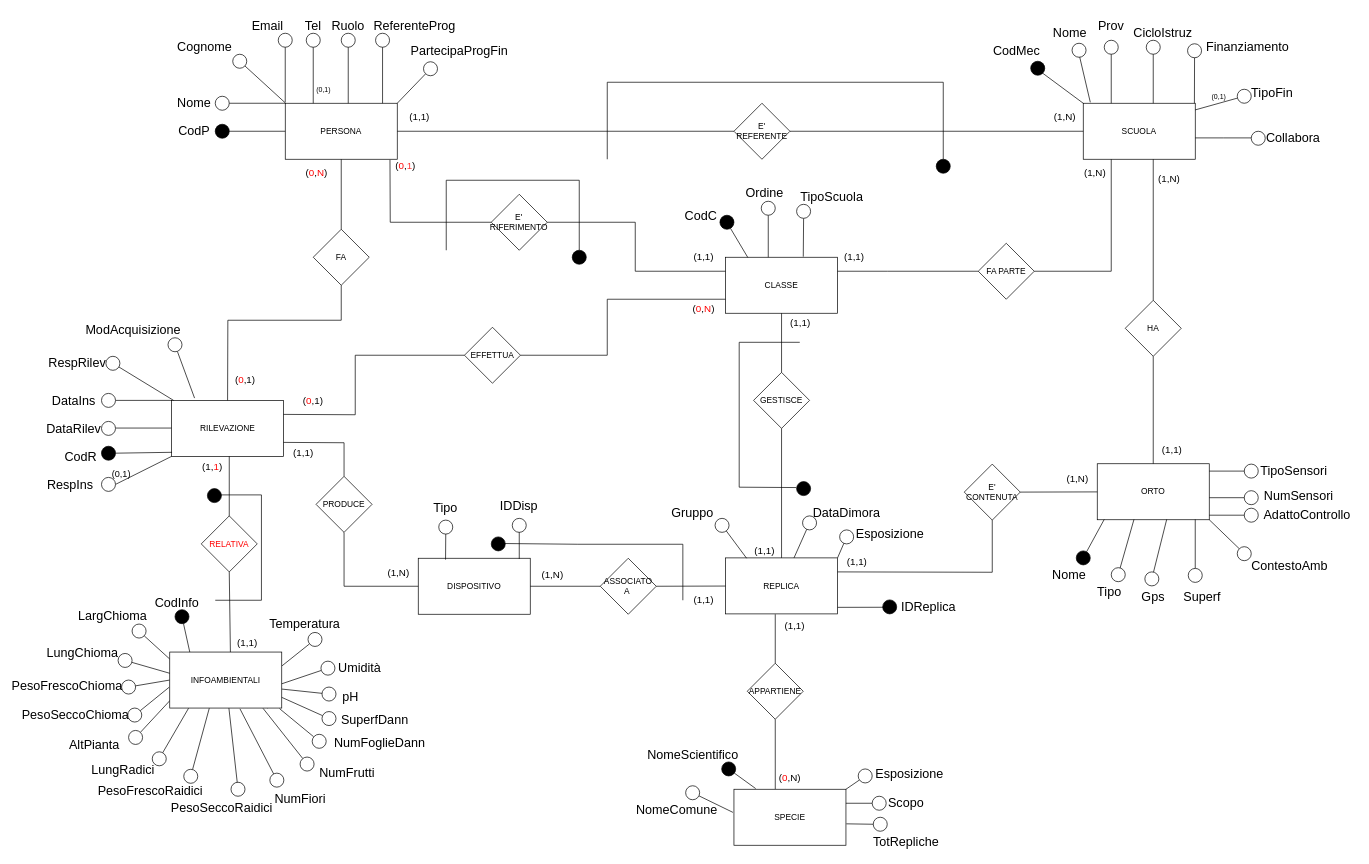
The draw.io diagram BD_ER_Restructured.drawio in pizzo-kyle/unige, before the edit. Source tidied: cells renumbered, new cells numbered last; positions are measured from the earlier drawing's top-left corner, leaving out a move shared by most shapes. Both pictures are drawn from the tidied source at 70%, with x=0, y=0 at pixel (38, 12).
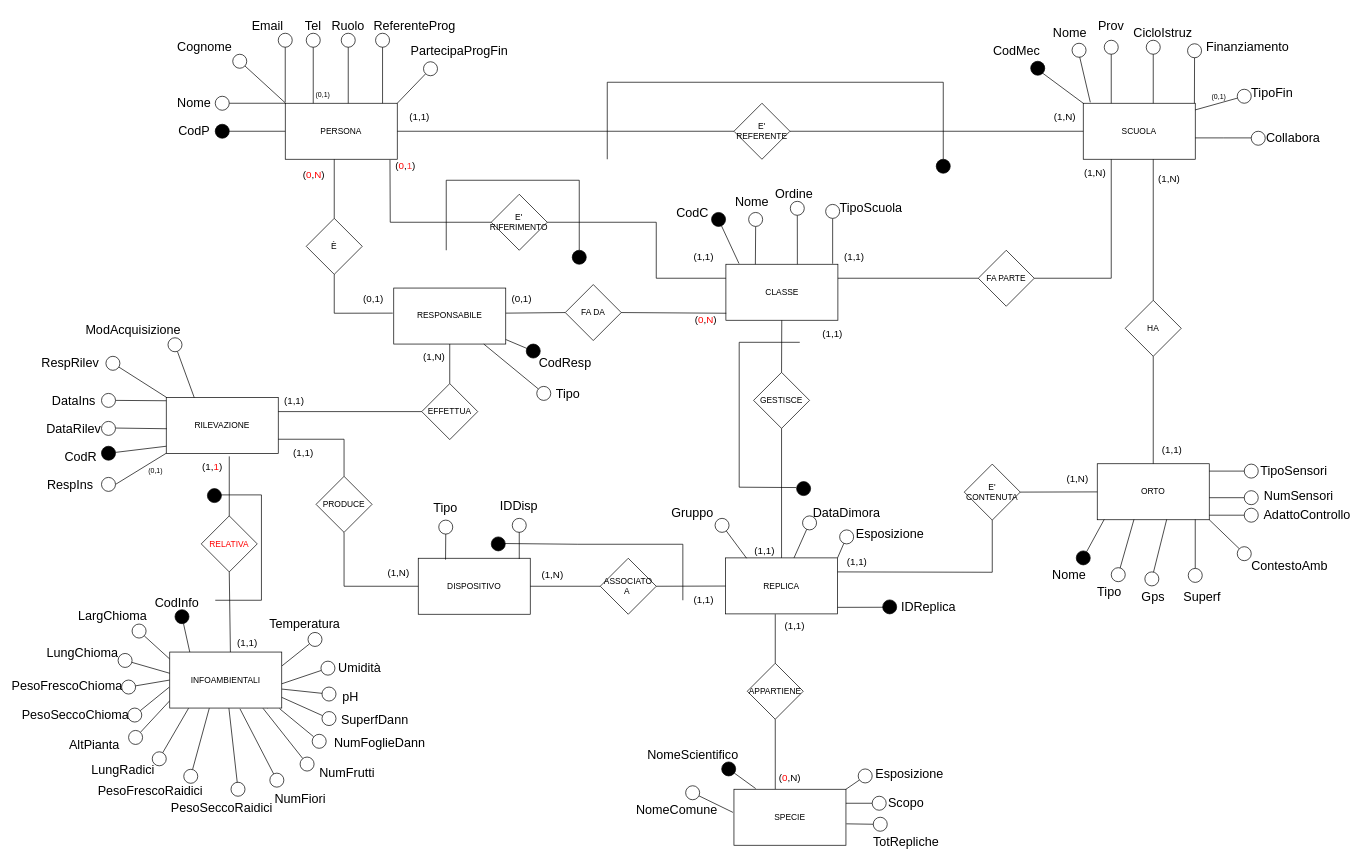
Above is the later version.

Unchanged cells that the change refers to:
```xml
<mxCell id="2" value="SCUOLA" style="rounded=0;whiteSpace=wrap;html=1;" parent="1" vertex="1">
  <mxGeometry x="1492" y="130" width="160" height="80" as="geometry" />
</mxCell>
<mxCell id="3" value="PERSONA" style="rounded=0;whiteSpace=wrap;html=1;" parent="1" vertex="1">
  <mxGeometry x="352" y="130" width="160" height="80" as="geometry" />
</mxCell>
<mxCell id="55" style="ellipse;whiteSpace=wrap;html=1;fillColor=#000000;direction=south;" parent="1" vertex="1">
  <mxGeometry x="89.5" y="620" width="20" height="20" as="geometry" />
</mxCell>
<mxCell id="64" style="ellipse;whiteSpace=wrap;html=1;fillColor=#FFFFFF;direction=south;gradientColor=none;" parent="1" vertex="1">
  <mxGeometry x="95.8" y="491.5" width="20" height="20" as="geometry" />
</mxCell>
<mxCell id="160" value="E' RIFERIMENTO" style="rhombus;whiteSpace=wrap;html=1;" parent="1" vertex="1">
  <mxGeometry x="646.3" y="260" width="80" height="80" as="geometry" />
</mxCell>
<mxCell id="211" value="PRODUCE" style="rhombus;whiteSpace=wrap;html=1;" parent="1" vertex="1">
  <mxGeometry x="396" y="663" width="80" height="80" as="geometry" />
</mxCell>
<mxCell id="226" style="ellipse;whiteSpace=wrap;html=1;fillColor=#FFFFFF;direction=south;gradientColor=none;" parent="1" vertex="1">
  <mxGeometry x="184.5" y="465" width="20" height="20" as="geometry" />
</mxCell>
```

What changed in the source:
```diff
@@
     <mxCell id="5" value="CLASSE" style="rounded=0;whiteSpace=wrap;html=1;" parent="1" vertex="1">
-      <mxGeometry x="981" y="350" width="160" height="80" as="geometry" />
+      <mxGeometry x="981.5" y="360" width="160" height="80" as="geometry" />
     </mxCell>
@@
     <mxCell id="10" value="RILEVAZIONE" style="rounded=0;whiteSpace=wrap;html=1;" parent="1" vertex="1">
-      <mxGeometry x="189.5" y="554.5" width="160" height="80" as="geometry" />
+      <mxGeometry x="182" y="550.5" width="160" height="80" as="geometry" />
     </mxCell>
@@
     <mxCell id="47" value="&lt;font style=&quot;font-size: 18px;&quot;&gt;CodC&lt;/font&gt;" style="text;html=1;strokeColor=none;fillColor=none;align=center;verticalAlign=middle;whiteSpace=wrap;rounded=0;" parent="1" vertex="1">
-      <mxGeometry x="915.5" y="278.5" width="60" height="24" as="geometry" />
+      <mxGeometry x="903.5" y="274.5" width="60" height="24" as="geometry" />
     </mxCell>
-    <mxCell id="48" style="endArrow=none;html=1;rounded=0;" parent="1" edge="1">
+    <mxCell id="48" style="endArrow=none;html=1;rounded=0;exitX=0.379;exitY=-0.001;exitDx=0;exitDy=0;exitPerimeter=0;" parent="1" edge="1">
       <mxGeometry relative="1" as="geometry">
-        <mxPoint x="1042" y="350" as="sourcePoint" />
-        <mxPoint x="1042" y="290" as="targetPoint" />
+        <mxPoint x="1083.6" y="360" as="sourcePoint" />
+        <mxPoint x="1083.5" y="290.1" as="targetPoint" />
       </mxGeometry>
     </mxCell>
     <mxCell id="49" value="&lt;font style=&quot;font-size: 18px;&quot;&gt;Ordine&lt;/font&gt;" style="text;html=1;strokeColor=none;fillColor=none;align=center;verticalAlign=middle;whiteSpace=wrap;rounded=0;" parent="1" vertex="1">
-      <mxGeometry x="1007" y="244.4" width="60" height="30" as="geometry" />
+      <mxGeometry x="1048.5" y="244.5" width="60" height="30" as="geometry" />
     </mxCell>
-    <mxCell id="50" style="endArrow=none;html=1;rounded=0;exitX=0.694;exitY=-0.01;exitDx=0;exitDy=0;exitPerimeter=0;" parent="1" edge="1" source="5" target="152">
-      <mxGeometry relative="1" as="geometry" />
+    <mxCell id="50" style="endArrow=none;html=1;rounded=0;exitX=0.694;exitY=-0.01;exitDx=0;exitDy=0;exitPerimeter=0;" parent="1" edge="1" target="152">
+      <mxGeometry relative="1" as="geometry">
+        <mxPoint x="1134" y="359.3" as="sourcePoint" />
+      </mxGeometry>
     </mxCell>
     <mxCell id="51" value="&lt;font style=&quot;font-size: 18px;&quot;&gt;TipoScuola&lt;/font&gt;" style="text;html=1;strokeColor=none;fillColor=none;align=center;verticalAlign=middle;whiteSpace=wrap;rounded=0;" parent="1" vertex="1">
-      <mxGeometry x="1102.5" y="249.4" width="60" height="30" as="geometry" />
+      <mxGeometry x="1159" y="265.1" width="60" height="30" as="geometry" />
     </mxCell>
-    <mxCell id="52" style="endArrow=none;html=1;rounded=0;exitX=0.199;exitY=0.005;exitDx=0;exitDy=0;exitPerimeter=0;" parent="1" edge="1" source="5" target="53">
+    <mxCell id="52" style="endArrow=none;html=1;rounded=0;exitX=0.117;exitY=-0.012;exitDx=0;exitDy=0;exitPerimeter=0;" parent="1" edge="1" source="5" target="53">
       <mxGeometry relative="1" as="geometry" />
     </mxCell>
     <mxCell id="53" style="ellipse;whiteSpace=wrap;html=1;fillColor=#000000;" parent="1" vertex="1">
-      <mxGeometry x="973" y="290" width="20" height="20" as="geometry" />
+      <mxGeometry x="961" y="286" width="20" height="20" as="geometry" />
     </mxCell>
-    <mxCell id="54" style="endArrow=none;html=1;rounded=0;entryX=0.005;entryY=0.927;entryDx=0;entryDy=0;entryPerimeter=0;" parent="1" edge="1" source="55" target="10">
-      <mxGeometry relative="1" as="geometry" />
+    <mxCell id="54" style="endArrow=none;html=1;rounded=0;" parent="1" edge="1" source="55">
+      <mxGeometry relative="1" as="geometry">
+        <mxPoint x="182" y="620" as="targetPoint" />
+      </mxGeometry>
     </mxCell>
@@
-    <mxCell id="57" style="endArrow=none;html=1;rounded=0;exitX=0.5;exitY=0;exitDx=0;exitDy=0;" parent="1" edge="1">
+    <mxCell id="57" style="endArrow=none;html=1;rounded=0;exitX=0.5;exitY=0;exitDx=0;exitDy=0;entryX=0.005;entryY=0.556;entryDx=0;entryDy=0;entryPerimeter=0;" parent="1" edge="1" target="10">
       <mxGeometry relative="1" as="geometry">
         <mxPoint x="109.5" y="594" as="sourcePoint" />
-        <mxPoint x="189.5" y="594" as="targetPoint" />
       </mxGeometry>
     </mxCell>
@@
     <mxCell id="60" style="endArrow=none;html=1;rounded=0;exitX=0.5;exitY=0;exitDx=0;exitDy=0;" parent="1" edge="1">
       <mxGeometry relative="1" as="geometry">
         <mxPoint x="109.5" y="554.5" as="sourcePoint" />
-        <mxPoint x="189.5" y="554.5" as="targetPoint" />
+        <mxPoint x="182" y="555" as="targetPoint" />
       </mxGeometry>
     </mxCell>
@@
     <mxCell id="63" style="endArrow=none;html=1;rounded=0;" parent="1" edge="1" source="64">
       <mxGeometry relative="1" as="geometry">
-        <mxPoint x="192.5" y="554.5" as="targetPoint" />
+        <mxPoint x="182" y="550" as="targetPoint" />
       </mxGeometry>
     </mxCell>
@@
     <mxCell id="65" value="&lt;span style=&quot;font-size: 18px;&quot;&gt;RespRilev&lt;/span&gt;" style="text;html=1;strokeColor=none;fillColor=none;align=center;verticalAlign=middle;whiteSpace=wrap;rounded=0;" parent="1" vertex="1">
-      <mxGeometry x="9.5" y="481.5" width="90" height="40" as="geometry" />
+      <mxGeometry x="-0.5" y="481.5" width="90" height="40" as="geometry" />
     </mxCell>
     <mxCell id="66" style="endArrow=none;html=1;rounded=0;" parent="1" edge="1">
       <mxGeometry relative="1" as="geometry">
         <mxPoint x="109.5" y="674.5" as="sourcePoint" />
-        <mxPoint x="189.5" y="634.5" as="targetPoint" />
+        <mxPoint x="182" y="630" as="targetPoint" />
       </mxGeometry>
     </mxCell>
@@
     <mxCell id="151" style="ellipse;whiteSpace=wrap;html=1;fillColor=#FFFFFF;direction=south;gradientColor=none;" parent="1" vertex="1">
-      <mxGeometry x="1032" y="270" width="20" height="20" as="geometry" />
+      <mxGeometry x="1073.5" y="270.1" width="20" height="20" as="geometry" />
     </mxCell>
     <mxCell id="152" style="ellipse;whiteSpace=wrap;html=1;fillColor=#FFFFFF;direction=south;gradientColor=none;" parent="1" vertex="1">
-      <mxGeometry x="1082.5" y="274.4" width="20" height="20" as="geometry" />
+      <mxGeometry x="1124" y="274.5" width="20" height="20" as="geometry" />
     </mxCell>
@@
     <mxCell id="157" value="FA PARTE" style="rhombus;whiteSpace=wrap;html=1;" parent="1" vertex="1">
-      <mxGeometry x="1342" y="330" width="80" height="80" as="geometry" />
+      <mxGeometry x="1342" y="340" width="80" height="80" as="geometry" />
     </mxCell>
     <mxCell id="158" style="endArrow=none;html=1;rounded=0;entryX=1;entryY=0.5;entryDx=0;entryDy=0;exitX=0.25;exitY=1;exitDx=0;exitDy=0;" parent="1" edge="1" source="2" target="157">
       <mxGeometry relative="1" as="geometry">
         <Array as="points">
-          <mxPoint x="1532" y="370" />
+          <mxPoint x="1532" y="380" />
         </Array>
       </mxGeometry>
     </mxCell>
-    <mxCell id="159" style="endArrow=none;html=1;rounded=0;exitX=1;exitY=0.25;exitDx=0;exitDy=0;entryX=0;entryY=0.5;entryDx=0;entryDy=0;" parent="1" edge="1" source="5" target="157">
-      <mxGeometry relative="1" as="geometry">
-        <Array as="points">
-          <mxPoint x="1212" y="370" />
-        </Array>
-      </mxGeometry>
-    </mxCell>
@@
     <mxCell id="161" style="endArrow=none;html=1;rounded=0;exitX=0;exitY=0.25;exitDx=0;exitDy=0;entryX=1;entryY=0.5;entryDx=0;entryDy=0;" parent="1" edge="1" source="5" target="160">
       <mxGeometry relative="1" as="geometry">
         <Array as="points">
-          <mxPoint x="852" y="370" />
-          <mxPoint x="852" y="300" />
+          <mxPoint x="882" y="380" />
+          <mxPoint x="882" y="300" />
         </Array>
       </mxGeometry>
     </mxCell>
@@
     <mxCell id="187" value="&lt;font style=&quot;font-size: 14px;&quot;&gt;(1,1)&lt;/font&gt;" style="text;html=1;strokeColor=none;fillColor=none;align=center;verticalAlign=middle;whiteSpace=wrap;rounded=0;" parent="1" vertex="1">
-      <mxGeometry x="1065" y="434" width="46" height="20" as="geometry" />
+      <mxGeometry x="1111" y="449" width="46" height="20" as="geometry" />
     </mxCell>
@@
-    <mxCell id="212" style="endArrow=none;html=1;rounded=0;entryX=1;entryY=0.75;entryDx=0;entryDy=0;exitX=0.5;exitY=0;exitDx=0;exitDy=0;" parent="1" edge="1" source="211" target="10">
+    <mxCell id="212" style="endArrow=none;html=1;rounded=0;exitX=0.5;exitY=0;exitDx=0;exitDy=0;" parent="1" edge="1" source="211">
       <mxGeometry relative="1" as="geometry">
+        <mxPoint x="342" y="610" as="targetPoint" />
         <Array as="points">
-          <mxPoint x="436" y="615" />
+          <mxPoint x="436" y="610" />
         </Array>
       </mxGeometry>
     </mxCell>
@@
-    <mxCell id="214" value="FA" style="rhombus;whiteSpace=wrap;html=1;" parent="1" vertex="1">
-      <mxGeometry x="392" y="310" width="80" height="80" as="geometry" />
+    <mxCell id="214" value="È" style="rhombus;whiteSpace=wrap;html=1;" parent="1" vertex="1">
+      <mxGeometry x="382" y="294.4" width="80" height="80" as="geometry" />
     </mxCell>
-    <mxCell id="215" style="endArrow=none;html=1;rounded=0;exitX=0.5;exitY=0;exitDx=0;exitDy=0;" parent="1" edge="1" source="214" target="3">
-      <mxGeometry relative="1" as="geometry" />
+    <mxCell id="215" style="endArrow=none;html=1;rounded=0;exitX=0.5;exitY=0;exitDx=0;exitDy=0;" parent="1" edge="1" source="214">
+      <mxGeometry relative="1" as="geometry">
+        <mxPoint x="422" y="210" as="targetPoint" />
+      </mxGeometry>
     </mxCell>
-    <mxCell id="216" style="endArrow=none;html=1;rounded=0;exitX=0.5;exitY=1;exitDx=0;exitDy=0;" parent="1" edge="1" source="214" target="10">
-      <mxGeometry relative="1" as="geometry">
-        <Array as="points">
-          <mxPoint x="432" y="440" />
-          <mxPoint x="270" y="440" />
-        </Array>
-      </mxGeometry>
-    </mxCell>
-    <mxCell id="217" value="&lt;font style=&quot;font-size: 14px;&quot;&gt;(&lt;font color=&quot;#ff0000&quot;&gt;0&lt;/font&gt;,1)&lt;/font&gt;" style="text;html=1;strokeColor=none;fillColor=none;align=center;verticalAlign=middle;whiteSpace=wrap;rounded=0;" parent="1" vertex="1">
-      <mxGeometry x="272" y="515" width="46" height="20" as="geometry" />
-    </mxCell>
     <mxCell id="218" value="EFFETTUA" style="rhombus;whiteSpace=wrap;html=1;" parent="1" vertex="1">
-      <mxGeometry x="608" y="450" width="80" height="80" as="geometry" />
+      <mxGeometry x="547" y="530.5" width="80" height="80" as="geometry" />
     </mxCell>
-    <mxCell id="219" style="endArrow=none;html=1;rounded=0;entryX=0;entryY=0.75;entryDx=0;entryDy=0;exitX=1;exitY=0.5;exitDx=0;exitDy=0;" parent="1" edge="1" source="218" target="5">
-      <mxGeometry relative="1" as="geometry">
-        <Array as="points">
-          <mxPoint x="812" y="490" />
-          <mxPoint x="812" y="410" />
-        </Array>
-      </mxGeometry>
-    </mxCell>
-    <mxCell id="220" style="endArrow=none;html=1;rounded=0;exitX=0;exitY=0.5;exitDx=0;exitDy=0;entryX=1;entryY=0.25;entryDx=0;entryDy=0;" parent="1" edge="1" source="218" target="10">
-      <mxGeometry relative="1" as="geometry">
-        <Array as="points">
-          <mxPoint x="452" y="490" />
-          <mxPoint x="452" y="575" />
-        </Array>
-      </mxGeometry>
-    </mxCell>
-    <mxCell id="221" value="&lt;font style=&quot;font-size: 14px;&quot;&gt;(&lt;font color=&quot;#ff0000&quot;&gt;0&lt;/font&gt;,&lt;font color=&quot;#ff0000&quot;&gt;N&lt;/font&gt;)&lt;/font&gt;" style="text;html=1;strokeColor=none;fillColor=none;align=center;verticalAlign=middle;whiteSpace=wrap;rounded=0;" parent="1" vertex="1">
-      <mxGeometry x="927" y="414" width="46" height="20" as="geometry" />
-    </mxCell>
@@
-    <mxCell id="225" style="endArrow=none;html=1;rounded=0;entryX=0.206;entryY=-0.041;entryDx=0;entryDy=0;entryPerimeter=0;" parent="1" edge="1" source="226" target="10">
+    <mxCell id="225" style="endArrow=none;html=1;rounded=0;entryX=0.25;entryY=0;entryDx=0;entryDy=0;" parent="1" edge="1" source="226" target="10">
       <mxGeometry relative="1" as="geometry" />
     </mxCell>
@@
-    <mxCell id="232" value="&lt;font style=&quot;font-size: 14px;&quot;&gt;(&lt;font color=&quot;#ff0000&quot;&gt;0&lt;/font&gt;,1)&lt;/font&gt;" style="text;html=1;strokeColor=none;fillColor=none;align=center;verticalAlign=middle;whiteSpace=wrap;rounded=0;" parent="1" vertex="1">
-      <mxGeometry x="369" y="545" width="46" height="20" as="geometry" />
-    </mxCell>
@@
     <mxCell id="255" value="&lt;font style=&quot;font-size: 10px;&quot;&gt;(0,1)&lt;/font&gt;" style="text;html=1;strokeColor=none;fillColor=none;align=center;verticalAlign=middle;whiteSpace=wrap;rounded=0;" parent="1" vertex="1">
-      <mxGeometry x="382" y="95" width="50" height="30" as="geometry" />
+      <mxGeometry x="390.5" y="110" width="30" height="15" as="geometry" />
     </mxCell>
@@
-    <mxCell id="262" value="&lt;font style=&quot;font-size: 13px;&quot;&gt;(0,1)&lt;/font&gt;" style="text;html=1;strokeColor=none;fillColor=none;align=center;verticalAlign=middle;whiteSpace=wrap;rounded=0;fontSize=13;" parent="1" vertex="1">
-      <mxGeometry x="93.2" y="645" width="50" height="30" as="geometry" />
+    <mxCell id="262" value="&lt;font style=&quot;font-size: 10px;&quot;&gt;(0,1)&lt;/font&gt;" style="text;html=1;strokeColor=none;fillColor=none;align=center;verticalAlign=middle;whiteSpace=wrap;rounded=0;fontSize=10;" parent="1" vertex="1">
+      <mxGeometry x="142" y="640" width="50" height="30" as="geometry" />
     </mxCell>
@@
     <mxCell id="265" value="&lt;font style=&quot;font-size: 14px;&quot;&gt;(&lt;font color=&quot;#ff0000&quot;&gt;0&lt;/font&gt;,&lt;font color=&quot;#ff0000&quot;&gt;N&lt;/font&gt;)&lt;/font&gt;" style="text;html=1;strokeColor=none;fillColor=none;align=center;verticalAlign=middle;whiteSpace=wrap;rounded=0;" parent="1" vertex="1">
-      <mxGeometry x="373.5" y="220" width="46" height="20" as="geometry" />
+      <mxGeometry x="369.5" y="221.5" width="46" height="20" as="geometry" />
     </mxCell>
@@
+    <mxCell id="267" value="RESPONSABILE" style="rounded=0;whiteSpace=wrap;html=1;" parent="1" vertex="1">
+      <mxGeometry x="507" y="394" width="160" height="80" as="geometry" />
+    </mxCell>
+    <mxCell id="268" style="endArrow=none;html=1;rounded=0;exitX=0.5;exitY=0;exitDx=0;exitDy=0;" parent="1" edge="1" source="218" target="267">
+      <mxGeometry relative="1" as="geometry" />
+    </mxCell>
+    <mxCell id="269" style="endArrow=none;html=1;rounded=0;entryX=0.5;entryY=1;entryDx=0;entryDy=0;exitX=-0.009;exitY=0.448;exitDx=0;exitDy=0;exitPerimeter=0;" parent="1" edge="1" source="267" target="214">
+      <mxGeometry relative="1" as="geometry">
+        <Array as="points">
+          <mxPoint x="422" y="430" />
+        </Array>
+      </mxGeometry>
+    </mxCell>
+    <mxCell id="270" value="FA DA" style="rhombus;whiteSpace=wrap;html=1;" parent="1" vertex="1">
+      <mxGeometry x="752" y="389" width="80" height="80" as="geometry" />
+    </mxCell>
+    <mxCell id="220" style="endArrow=none;html=1;rounded=0;entryX=1;entryY=0.25;entryDx=0;entryDy=0;exitX=0;exitY=0.5;exitDx=0;exitDy=0;" parent="1" edge="1" source="218" target="10">
+      <mxGeometry relative="1" as="geometry" />
+    </mxCell>
+    <mxCell id="159" style="endArrow=none;html=1;rounded=0;exitX=1;exitY=0.25;exitDx=0;exitDy=0;entryX=0;entryY=0.5;entryDx=0;entryDy=0;" parent="1" edge="1" source="5" target="157">
+      <mxGeometry relative="1" as="geometry" />
+    </mxCell>
+    <mxCell id="271" style="endArrow=none;html=1;rounded=0;exitX=1;exitY=0.5;exitDx=0;exitDy=0;" parent="1" edge="1" source="270">
+      <mxGeometry relative="1" as="geometry">
+        <mxPoint x="982" y="430" as="targetPoint" />
+      </mxGeometry>
+    </mxCell>
+    <mxCell id="272" style="endArrow=none;html=1;rounded=0;entryX=1.001;entryY=0.448;entryDx=0;entryDy=0;entryPerimeter=0;exitX=0;exitY=0.5;exitDx=0;exitDy=0;" parent="1" edge="1" source="270" target="267">
+      <mxGeometry relative="1" as="geometry" />
+    </mxCell>
+    <mxCell id="221" value="&lt;font style=&quot;font-size: 14px;&quot;&gt;(&lt;font color=&quot;#ff0000&quot;&gt;0&lt;/font&gt;,&lt;font color=&quot;#ff0000&quot;&gt;N&lt;/font&gt;)&lt;/font&gt;" style="text;html=1;strokeColor=none;fillColor=none;align=center;verticalAlign=middle;whiteSpace=wrap;rounded=0;" parent="1" vertex="1">
+      <mxGeometry x="930" y="430" width="46" height="20" as="geometry" />
+    </mxCell>
+    <mxCell id="273" value="&lt;font style=&quot;font-size: 18px;&quot;&gt;CodResp&lt;/font&gt;" style="text;html=1;strokeColor=none;fillColor=none;align=center;verticalAlign=middle;whiteSpace=wrap;rounded=0;" parent="1" vertex="1">
+      <mxGeometry x="722" y="481.5" width="60" height="40" as="geometry" />
+    </mxCell>
+    <mxCell id="274" style="endArrow=none;html=1;rounded=0;" parent="1" edge="1" source="275" target="267">
+      <mxGeometry relative="1" as="geometry" />
+    </mxCell>
+    <mxCell id="275" style="ellipse;whiteSpace=wrap;html=1;fillColor=#000000;direction=south;" parent="1" vertex="1">
+      <mxGeometry x="696.3" y="474" width="20" height="20" as="geometry" />
+    </mxCell>
+    <mxCell id="276" style="ellipse;whiteSpace=wrap;html=1;fillColor=#FFFFFF;direction=south;gradientColor=none;" parent="1" vertex="1">
+      <mxGeometry x="711.3" y="534.5" width="20" height="20" as="geometry" />
+    </mxCell>
+    <mxCell id="277" style="endArrow=none;html=1;rounded=0;" parent="1" edge="1" source="276" target="267">
+      <mxGeometry relative="1" as="geometry" />
+    </mxCell>
+    <mxCell id="278" value="&lt;font style=&quot;font-size: 18px;&quot;&gt;Tipo&lt;/font&gt;" style="text;html=1;strokeColor=none;fillColor=none;align=center;verticalAlign=middle;whiteSpace=wrap;rounded=0;" parent="1" vertex="1">
+      <mxGeometry x="726.3" y="524.5" width="60" height="40" as="geometry" />
+    </mxCell>
+    <mxCell id="279" value="&lt;font style=&quot;font-size: 14px;&quot;&gt;(0,1)&lt;/font&gt;" style="text;html=1;strokeColor=none;fillColor=none;align=center;verticalAlign=middle;whiteSpace=wrap;rounded=0;" parent="1" vertex="1">
+      <mxGeometry x="455" y="400" width="46" height="20" as="geometry" />
+    </mxCell>
+    <mxCell id="280" value="&lt;font style=&quot;font-size: 14px;&quot;&gt;(0,1)&lt;/font&gt;" style="text;html=1;strokeColor=none;fillColor=none;align=center;verticalAlign=middle;whiteSpace=wrap;rounded=0;" parent="1" vertex="1">
+      <mxGeometry x="667" y="400" width="46" height="20" as="geometry" />
+    </mxCell>
+    <mxCell id="281" value="&lt;font style=&quot;font-size: 14px;&quot;&gt;(1,N)&lt;/font&gt;" style="text;html=1;strokeColor=none;fillColor=none;align=center;verticalAlign=middle;whiteSpace=wrap;rounded=0;" parent="1" vertex="1">
+      <mxGeometry x="542" y="481.5" width="46" height="20" as="geometry" />
+    </mxCell>
+    <mxCell id="282" value="&lt;font style=&quot;font-size: 14px;&quot;&gt;(1,1)&lt;/font&gt;" style="text;html=1;strokeColor=none;fillColor=none;align=center;verticalAlign=middle;whiteSpace=wrap;rounded=0;" parent="1" vertex="1">
+      <mxGeometry x="342" y="544.5" width="46" height="20" as="geometry" />
+    </mxCell>
+    <mxCell id="283" value="&lt;font style=&quot;font-size: 18px;&quot;&gt;Nome&lt;/font&gt;" style="text;html=1;strokeColor=none;fillColor=none;align=center;verticalAlign=middle;whiteSpace=wrap;rounded=0;" parent="1" vertex="1">
+      <mxGeometry x="988.5" y="256" width="60" height="30" as="geometry" />
+    </mxCell>
+    <mxCell id="284" style="endArrow=none;html=1;rounded=0;exitX=0.379;exitY=-0.001;exitDx=0;exitDy=0;exitPerimeter=0;" parent="1" edge="1" target="285">
+      <mxGeometry relative="1" as="geometry">
+        <mxPoint x="1023.6" y="360" as="sourcePoint" />
+      </mxGeometry>
+    </mxCell>
+    <mxCell id="285" style="ellipse;whiteSpace=wrap;html=1;fillColor=#FFFFFF;direction=south;gradientColor=none;" parent="1" vertex="1">
+      <mxGeometry x="1014" y="286" width="20" height="20" as="geometry" />
+    </mxCell>
```
